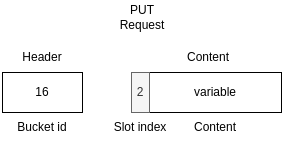
Above: img/transport-put-req.drawio.png in plabble/plabble.github.io (draw.io), before the change. Source tidied: cells renumbered, new cells last; positions are measured from the earlier drawing's top-left corner, leaving out a move shared by most shapes.
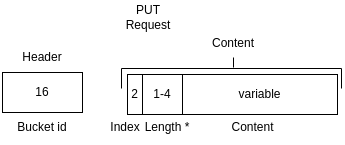
Later version of the same file.

Change to the diagram source:
```diff
@@ -9,25 +9,55 @@
       <mxGeometry y="70" width="80" height="40" as="geometry" />
     </mxCell>
     <mxCell id="4" value="PUT&lt;br&gt;Request" style="text;html=1;strokeColor=none;fillColor=none;align=center;verticalAlign=middle;whiteSpace=wrap;rounded=0;" parent="1" vertex="1">
-      <mxGeometry x="110" width="60" height="30" as="geometry" />
+      <mxGeometry x="116" width="60" height="30" as="geometry" />
     </mxCell>
-    <mxCell id="5" value="Slot index" style="text;html=1;strokeColor=none;fillColor=none;align=center;verticalAlign=middle;whiteSpace=wrap;rounded=0;" parent="1" vertex="1">
-      <mxGeometry x="108" y="110" width="60" height="30" as="geometry" />
+    <mxCell id="5" value="Header" style="text;html=1;strokeColor=none;fillColor=none;align=center;verticalAlign=middle;whiteSpace=wrap;rounded=0;" parent="1" vertex="1">
+      <mxGeometry x="10" y="40" width="60" height="30" as="geometry" />
     </mxCell>
-    <mxCell id="6" value="variable" style="rounded=0;whiteSpace=wrap;html=1;" parent="1" vertex="1">
-      <mxGeometry x="147" y="70" width="132" height="40" as="geometry" />
+    <mxCell id="6" value="2" style="rounded=0;whiteSpace=wrap;html=1;" parent="1" vertex="1">
+      <mxGeometry x="125" y="72" width="15" height="40" as="geometry" />
     </mxCell>
-    <mxCell id="7" value="Content" style="text;html=1;strokeColor=none;fillColor=none;align=center;verticalAlign=middle;whiteSpace=wrap;rounded=0;" parent="1" vertex="1">
-      <mxGeometry x="183" y="110" width="60" height="30" as="geometry" />
+    <mxCell id="7" value="Index" style="text;html=1;strokeColor=none;fillColor=none;align=center;verticalAlign=middle;whiteSpace=wrap;rounded=0;" parent="1" vertex="1">
+      <mxGeometry x="103" y="110" width="40" height="30" as="geometry" />
     </mxCell>
-    <mxCell id="8" value="2" style="rounded=0;whiteSpace=wrap;html=1;fillColor=#f5f5f5;fontColor=#333333;strokeColor=#666666;" parent="1" vertex="1">
-      <mxGeometry x="129" y="70" width="18" height="40" as="geometry" />
+    <mxCell id="8" style="endArrow=none;html=1;rounded=0;" parent="1" edge="1">
+      <mxGeometry relative="1" as="geometry">
+        <mxPoint x="119" y="86" as="sourcePoint" />
+        <mxPoint x="119" y="66" as="targetPoint" />
+      </mxGeometry>
     </mxCell>
-    <mxCell id="9" value="Header" style="text;html=1;strokeColor=none;fillColor=none;align=center;verticalAlign=middle;whiteSpace=wrap;rounded=0;" parent="1" vertex="1">
-      <mxGeometry x="10" y="40" width="60" height="30" as="geometry" />
+    <mxCell id="9" style="endArrow=none;html=1;rounded=0;" parent="1" edge="1">
+      <mxGeometry relative="1" as="geometry">
+        <mxPoint x="339" y="86" as="sourcePoint" />
+        <mxPoint x="339" y="66" as="targetPoint" />
+      </mxGeometry>
     </mxCell>
-    <mxCell id="10" value="Content" style="text;html=1;strokeColor=none;fillColor=none;align=center;verticalAlign=middle;whiteSpace=wrap;rounded=0;" parent="1" vertex="1">
-      <mxGeometry x="176" y="40" width="60" height="30" as="geometry" />
+    <mxCell id="10" value="variable" style="rounded=0;whiteSpace=wrap;html=1;" parent="1" vertex="1">
+      <mxGeometry x="180" y="72" width="155" height="40" as="geometry" />
     </mxCell>
+    <mxCell id="11" value="Content" style="text;html=1;strokeColor=none;fillColor=none;align=center;verticalAlign=middle;whiteSpace=wrap;rounded=0;" parent="1" vertex="1">
+      <mxGeometry x="221.5" y="110" width="57.5" height="30" as="geometry" />
+    </mxCell>
+    <mxCell id="12" style="endArrow=none;html=1;rounded=0;" parent="1" edge="1">
+      <mxGeometry relative="1" as="geometry">
+        <mxPoint x="119" y="66" as="sourcePoint" />
+        <mxPoint x="339" y="66" as="targetPoint" />
+      </mxGeometry>
+    </mxCell>
+    <mxCell id="13" style="endArrow=none;html=1;rounded=0;" parent="1" edge="1">
+      <mxGeometry relative="1" as="geometry">
+        <mxPoint x="231" y="65" as="sourcePoint" />
+        <mxPoint x="231" y="55" as="targetPoint" />
+      </mxGeometry>
+    </mxCell>
+    <mxCell id="14" value="1-4" style="rounded=0;whiteSpace=wrap;html=1;" parent="1" vertex="1">
+      <mxGeometry x="140" y="72" width="40" height="40" as="geometry" />
+    </mxCell>
+    <mxCell id="15" value="Length *" style="text;html=1;strokeColor=none;fillColor=none;align=center;verticalAlign=middle;whiteSpace=wrap;rounded=0;" parent="1" vertex="1">
+      <mxGeometry x="140" y="110" width="50" height="30" as="geometry" />
+    </mxCell>
+    <mxCell id="16" value="Content" style="text;html=1;strokeColor=none;fillColor=none;align=center;verticalAlign=middle;whiteSpace=wrap;rounded=0;" parent="1" vertex="1">
+      <mxGeometry x="201" y="26" width="60" height="30" as="geometry" />
+    </mxCell>
   </root>
 </mxGraphModel>
```
